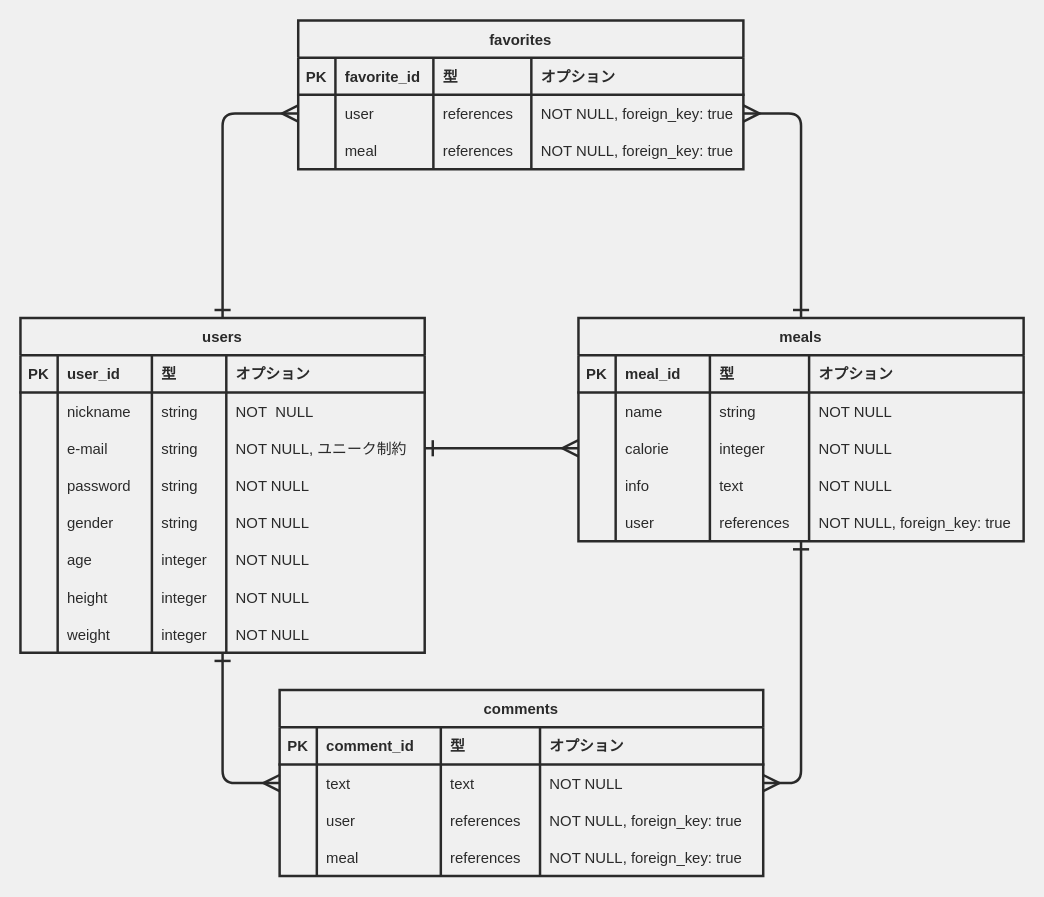
This is ER.dio from aktmmiri/meal_management_app, a draw.io file, before an edit. Source tidied: cells renumbered, new cells numbered last; positions are measured from the earlier drawing's top-left corner, leaving out a move shared by most shapes. Both pictures are drawn from the tidied source at 124%, with x=0, y=0 at pixel (20, 20).
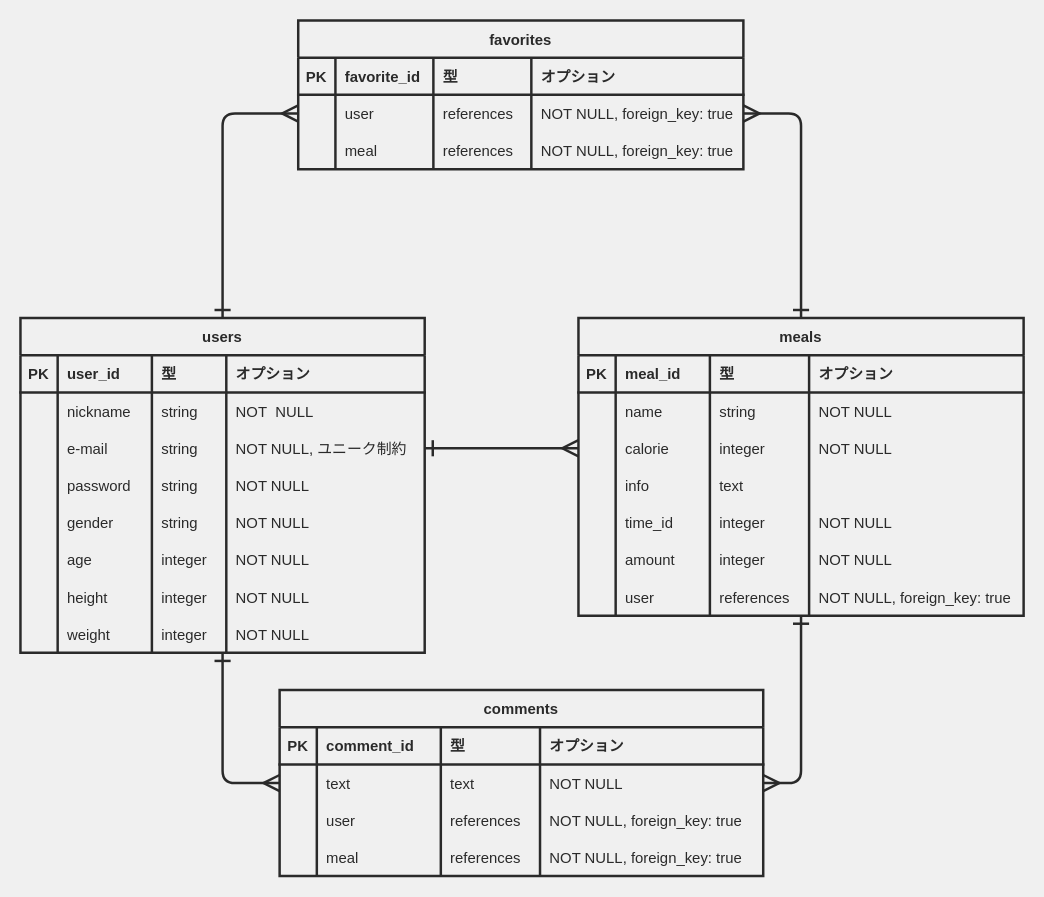
The same page after the edit.

The change refers to these unchanged cells:
```xml
<mxCell id="59" style="shape=partialRectangle;top=0;left=0;bottom=0;right=0;fontColor=#2A2A2A;fillColor=none;strokeColor=#2A2A2A;strokeWidth=2;" parent="43" vertex="1">
  <mxGeometry y="120" width="359" height="30" as="geometry" />
</mxCell>
```

Change to the diagram source:
```diff
@@
     <mxCell id="43" value="meals" style="shape=table;startSize=30;childLayout=tableLayout;rowLines=0;fontStyle=1;align=center;fontColor=#2A2A2A;fillColor=none;strokeColor=#2A2A2A;strokeWidth=2;" parent="1" vertex="1">
-      <mxGeometry x="450" y="240" width="359" height="180" as="geometry" />
+      <mxGeometry x="450" y="240" width="359" height="240" as="geometry" />
     </mxCell>
@@
-    <mxCell id="63" value="NOT NULL" style="shape=partialRectangle;top=0;left=0;bottom=0;right=0;align=left;spacingLeft=6;overflow=hidden;fontColor=#2A2A2A;fillColor=none;strokeColor=#2A2A2A;strokeWidth=2;" parent="59" vertex="1">
+    <mxCell id="63" style="shape=partialRectangle;top=0;left=0;bottom=0;right=0;align=left;spacingLeft=6;overflow=hidden;fontColor=#2A2A2A;fillColor=none;strokeColor=#2A2A2A;strokeWidth=2;" parent="59" vertex="1">
       <mxGeometry x="186" width="173" height="30" as="geometry" />
     </mxCell>
+    <mxCell id="111" style="shape=partialRectangle;top=0;left=0;bottom=0;right=0;fontColor=#2A2A2A;fillColor=none;strokeColor=#2A2A2A;strokeWidth=2;" parent="43" vertex="1">
+      <mxGeometry y="150" width="359" height="30" as="geometry" />
+    </mxCell>
+    <mxCell id="112" style="shape=partialRectangle;top=0;left=0;bottom=0;right=0;overflow=hidden;fontColor=#2A2A2A;fillColor=none;strokeColor=#2A2A2A;strokeWidth=2;" parent="111" vertex="1">
+      <mxGeometry width="30" height="30" as="geometry" />
+    </mxCell>
+    <mxCell id="113" value="time_id" style="shape=partialRectangle;top=0;left=0;bottom=0;right=0;align=left;spacingLeft=6;overflow=hidden;fontColor=#2A2A2A;fillColor=none;strokeColor=#2A2A2A;strokeWidth=2;" parent="111" vertex="1">
+      <mxGeometry x="30" width="76" height="30" as="geometry" />
+    </mxCell>
+    <mxCell id="114" value="integer" style="shape=partialRectangle;top=0;left=0;bottom=0;right=0;align=left;spacingLeft=6;overflow=hidden;fontColor=#2A2A2A;fillColor=none;strokeColor=#2A2A2A;strokeWidth=2;" parent="111" vertex="1">
+      <mxGeometry x="106" width="80" height="30" as="geometry" />
+    </mxCell>
+    <mxCell id="115" value="NOT NULL" style="shape=partialRectangle;top=0;left=0;bottom=0;right=0;align=left;spacingLeft=6;overflow=hidden;fontColor=#2A2A2A;fillColor=none;strokeColor=#2A2A2A;strokeWidth=2;" parent="111" vertex="1">
+      <mxGeometry x="186" width="173" height="30" as="geometry" />
+    </mxCell>
+    <mxCell id="116" style="shape=partialRectangle;top=0;left=0;bottom=0;right=0;fontColor=#2A2A2A;fillColor=none;strokeColor=#2A2A2A;strokeWidth=2;" parent="43" vertex="1">
+      <mxGeometry y="180" width="359" height="30" as="geometry" />
+    </mxCell>
+    <mxCell id="117" style="shape=partialRectangle;top=0;left=0;bottom=0;right=0;overflow=hidden;fontColor=#2A2A2A;fillColor=none;strokeColor=#2A2A2A;strokeWidth=2;" parent="116" vertex="1">
+      <mxGeometry width="30" height="30" as="geometry" />
+    </mxCell>
+    <mxCell id="118" value="amount" style="shape=partialRectangle;top=0;left=0;bottom=0;right=0;align=left;spacingLeft=6;overflow=hidden;fontColor=#2A2A2A;fillColor=none;strokeColor=#2A2A2A;strokeWidth=2;" parent="116" vertex="1">
+      <mxGeometry x="30" width="76" height="30" as="geometry" />
+    </mxCell>
+    <mxCell id="119" value="integer" style="shape=partialRectangle;top=0;left=0;bottom=0;right=0;align=left;spacingLeft=6;overflow=hidden;fontColor=#2A2A2A;fillColor=none;strokeColor=#2A2A2A;strokeWidth=2;" parent="116" vertex="1">
+      <mxGeometry x="106" width="80" height="30" as="geometry" />
+    </mxCell>
+    <mxCell id="120" value="NOT NULL" style="shape=partialRectangle;top=0;left=0;bottom=0;right=0;align=left;spacingLeft=6;overflow=hidden;fontColor=#2A2A2A;fillColor=none;strokeColor=#2A2A2A;strokeWidth=2;" parent="116" vertex="1">
+      <mxGeometry x="186" width="173" height="30" as="geometry" />
+    </mxCell>
     <mxCell id="64" style="shape=partialRectangle;top=0;left=0;bottom=0;right=0;fontColor=#2A2A2A;fillColor=none;strokeColor=#2A2A2A;strokeWidth=2;" parent="43" vertex="1">
-      <mxGeometry y="150" width="359" height="30" as="geometry" />
+      <mxGeometry y="210" width="359" height="30" as="geometry" />
     </mxCell>
```
